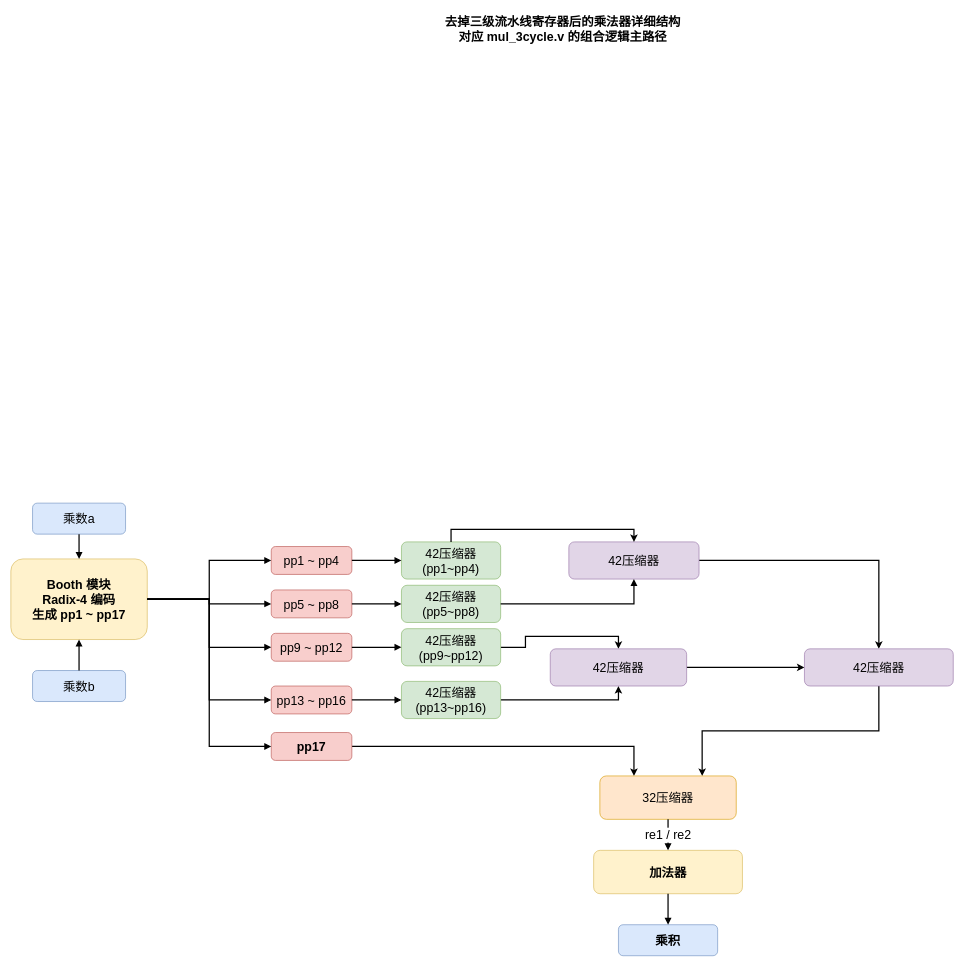
Above: 乘法器模块.drawio in jay101-STAR/graduation_project (draw.io), before the change. Source tidied: cells renumbered, new cells numbered last; positions are measured from the earlier drawing's top-left corner, leaving out a move shared by most shapes. Both pictures are drawn from the tidied source at 62%, with x=0, y=0 at pixel (11, 13).
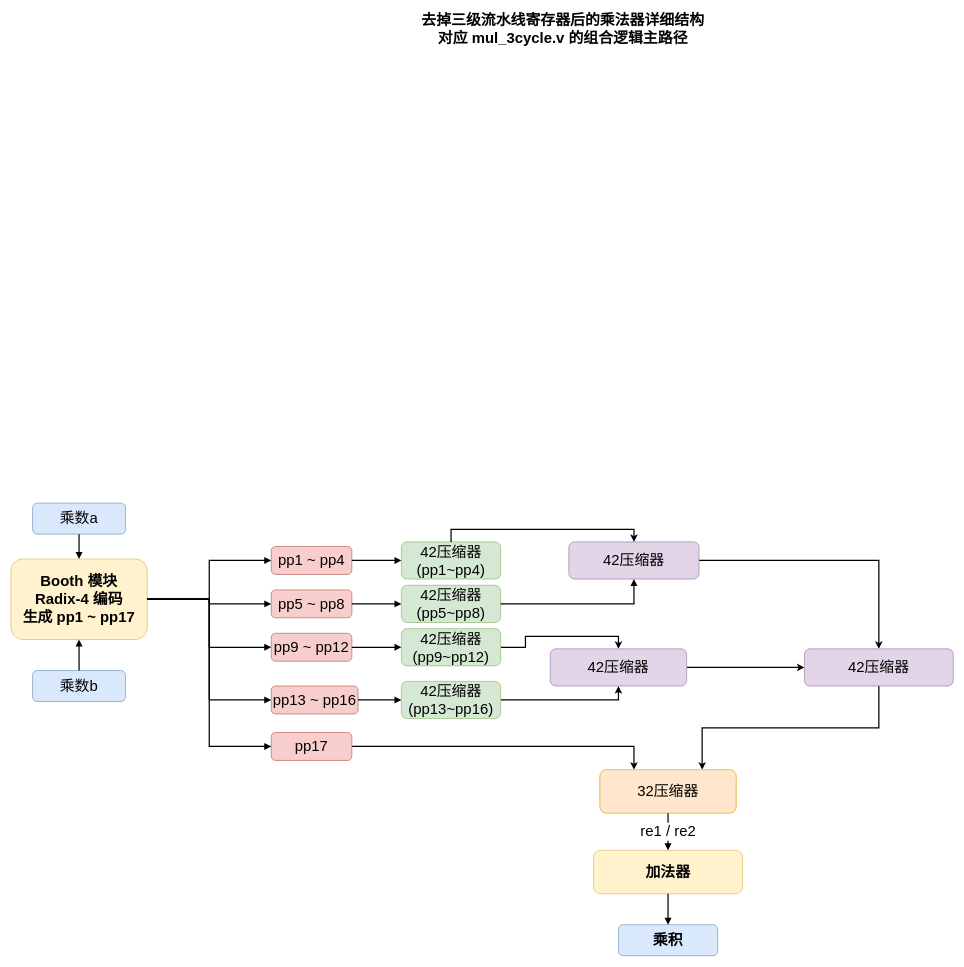
The same page after the edit.

Commit message:
更新乘法器模块.drawio

Diff of the diagram source:
```diff
@@
-    <mxCell id="2" value="去掉三级流水线寄存器后的乘法器详细结构&#10;对应 mul_3cycle.v 的组合逻辑主路径" style="text;html=1;strokeColor=none;fillColor=none;align=center;verticalAlign=middle;fontSize=20;fontStyle=1;" parent="1" vertex="1">
+    <mxCell id="2" value="去掉三级流水线寄存器后的乘法器详细结构&#10;对应 mul_3cycle.v 的组合逻辑主路径" style="text;html=1;strokeColor=none;fillColor=none;align=center;verticalAlign=middle;fontSize=24;fontStyle=1;" parent="1" vertex="1">
       <mxGeometry x="510" width="760" height="50" as="geometry" />
     </mxCell>
-    <mxCell id="3" value="乘数a" style="rounded=1;whiteSpace=wrap;html=1;fillColor=#dae8fc;strokeColor=#6c8ebf;fontSize=20;" parent="1" vertex="1">
+    <mxCell id="3" value="乘数a" style="rounded=1;whiteSpace=wrap;html=1;fillColor=#dae8fc;strokeColor=#6c8ebf;fontSize=24;" parent="1" vertex="1">
       <mxGeometry x="35" y="790" width="150" height="50" as="geometry" />
     </mxCell>
-    <mxCell id="4" value="乘数b" style="rounded=1;whiteSpace=wrap;html=1;fillColor=#dae8fc;strokeColor=#6c8ebf;fontSize=20;" parent="1" vertex="1">
+    <mxCell id="4" value="乘数b" style="rounded=1;whiteSpace=wrap;html=1;fillColor=#dae8fc;strokeColor=#6c8ebf;fontSize=24;" parent="1" vertex="1">
       <mxGeometry x="35" y="1060" width="150" height="50" as="geometry" />
     </mxCell>
-    <mxCell id="5" value="Booth 模块&#10;Radix-4 编码&#10;生成 pp1 ~ pp17" style="rounded=1;whiteSpace=wrap;html=1;fillColor=#fff2cc;strokeColor=#d6b656;fontSize=20;fontStyle=1;" parent="1" vertex="1">
+    <mxCell id="5" value="Booth 模块&#10;Radix-4 编码&#10;生成 pp1 ~ pp17" style="rounded=1;whiteSpace=wrap;html=1;fillColor=#fff2cc;strokeColor=#d6b656;fontSize=24;fontStyle=1;" parent="1" vertex="1">
       <mxGeometry y="880" width="220" height="130" as="geometry" />
     </mxCell>
-    <mxCell id="6" value="pp1 ~ pp4" style="rounded=1;whiteSpace=wrap;html=1;fillColor=#f8cecc;strokeColor=#b85450;fontSize=20;" parent="1" vertex="1">
+    <mxCell id="6" value="pp1 ~ pp4" style="rounded=1;whiteSpace=wrap;html=1;fillColor=#f8cecc;strokeColor=#b85450;fontSize=24;" parent="1" vertex="1">
       <mxGeometry x="420" y="860" width="130" height="45" as="geometry" />
     </mxCell>
-    <mxCell id="7" value="pp5 ~ pp8" style="rounded=1;whiteSpace=wrap;html=1;fillColor=#f8cecc;strokeColor=#b85450;fontSize=20;" parent="1" vertex="1">
+    <mxCell id="7" value="pp5 ~ pp8" style="rounded=1;whiteSpace=wrap;html=1;fillColor=#f8cecc;strokeColor=#b85450;fontSize=24;" parent="1" vertex="1">
       <mxGeometry x="420" y="930" width="130" height="45" as="geometry" />
     </mxCell>
-    <mxCell id="8" value="pp9 ~ pp12" style="rounded=1;whiteSpace=wrap;html=1;fillColor=#f8cecc;strokeColor=#b85450;fontSize=20;" parent="1" vertex="1">
+    <mxCell id="8" value="pp9 ~ pp12" style="rounded=1;whiteSpace=wrap;html=1;fillColor=#f8cecc;strokeColor=#b85450;fontSize=24;" parent="1" vertex="1">
       <mxGeometry x="420" y="1000" width="130" height="45" as="geometry" />
     </mxCell>
-    <mxCell id="9" value="pp13 ~ pp16" style="rounded=1;whiteSpace=wrap;html=1;fillColor=#f8cecc;strokeColor=#b85450;fontSize=20;" parent="1" vertex="1">
-      <mxGeometry x="420" y="1085" width="130" height="45" as="geometry" />
+    <mxCell id="9" value="pp13 ~ pp16" style="rounded=1;whiteSpace=wrap;html=1;fillColor=#f8cecc;strokeColor=#b85450;fontSize=24;" parent="1" vertex="1">
+      <mxGeometry x="420" y="1085" width="140" height="45" as="geometry" />
     </mxCell>
-    <mxCell id="10" style="edgeStyle=orthogonalEdgeStyle;rounded=0;jettySize=auto;html=1;exitX=1;exitY=0.5;exitDx=0;exitDy=0;entryX=0.25;entryY=0;entryDx=0;entryDy=0;strokeWidth=2;fontSize=20;" parent="1" edge="1" source="11" target="24">
+    <mxCell id="10" style="edgeStyle=orthogonalEdgeStyle;rounded=0;jettySize=auto;html=1;exitX=1;exitY=0.5;exitDx=0;exitDy=0;entryX=0.25;entryY=0;entryDx=0;entryDy=0;strokeWidth=2;fontSize=24;" parent="1" edge="1" source="11" target="24">
       <mxGeometry relative="1" as="geometry" />
     </mxCell>
-    <mxCell id="11" value="pp17" style="rounded=1;whiteSpace=wrap;html=1;fillColor=#f8cecc;strokeColor=#b85450;fontSize=20;fontStyle=1;" parent="1" vertex="1">
+    <mxCell id="11" value="&lt;span style=&quot;font-weight: normal;&quot;&gt;pp17&lt;/span&gt;" style="rounded=1;whiteSpace=wrap;html=1;fillColor=#f8cecc;strokeColor=#b85450;fontSize=24;fontStyle=1;" parent="1" vertex="1">
       <mxGeometry x="420" y="1160" width="130" height="45" as="geometry" />
     </mxCell>
-    <mxCell id="12" value="42压缩器&lt;br&gt;(pp1~pp4)" style="rounded=1;whiteSpace=wrap;html=1;fillColor=#d5e8d4;strokeColor=#82b366;fontSize=20;" parent="1" vertex="1">
+    <mxCell id="12" value="42压缩器&lt;br&gt;(pp1~pp4)" style="rounded=1;whiteSpace=wrap;html=1;fillColor=#d5e8d4;strokeColor=#82b366;fontSize=24;" parent="1" vertex="1">
       <mxGeometry x="630" y="852.5" width="160" height="60" as="geometry" />
     </mxCell>
-    <mxCell id="13" value="42压缩器&lt;br&gt;(pp5~pp8)" style="rounded=1;whiteSpace=wrap;html=1;fillColor=#d5e8d4;strokeColor=#82b366;fontSize=20;" parent="1" vertex="1">
+    <mxCell id="13" value="42压缩器&lt;br&gt;(pp5~pp8)" style="rounded=1;whiteSpace=wrap;html=1;fillColor=#d5e8d4;strokeColor=#82b366;fontSize=24;" parent="1" vertex="1">
       <mxGeometry x="630" y="922.5" width="160" height="60" as="geometry" />
     </mxCell>
-    <mxCell id="14" style="edgeStyle=orthogonalEdgeStyle;rounded=0;jettySize=auto;html=1;entryX=0.5;entryY=0;entryDx=0;entryDy=0;strokeWidth=2;fontSize=20;" parent="1" edge="1" source="15" target="21">
+    <mxCell id="14" style="edgeStyle=orthogonalEdgeStyle;rounded=0;jettySize=auto;html=1;entryX=0.5;entryY=0;entryDx=0;entryDy=0;strokeWidth=2;fontSize=24;" parent="1" edge="1" source="15" target="21">
       <mxGeometry relative="1" as="geometry" />
     </mxCell>
-    <mxCell id="15" value="42压缩器&lt;br&gt;(pp9~pp12)" style="rounded=1;whiteSpace=wrap;html=1;fillColor=#d5e8d4;strokeColor=#82b366;fontSize=20;" parent="1" vertex="1">
+    <mxCell id="15" value="42压缩器&lt;br&gt;(pp9~pp12)" style="rounded=1;whiteSpace=wrap;html=1;fillColor=#d5e8d4;strokeColor=#82b366;fontSize=24;" parent="1" vertex="1">
       <mxGeometry x="630" y="992.5" width="160" height="60" as="geometry" />
     </mxCell>
-    <mxCell id="16" style="edgeStyle=orthogonalEdgeStyle;rounded=0;jettySize=auto;html=1;exitX=1;exitY=0.5;exitDx=0;exitDy=0;entryX=0.5;entryY=1;entryDx=0;entryDy=0;strokeWidth=2;fontSize=20;" parent="1" edge="1" source="17" target="21">
+    <mxCell id="16" style="edgeStyle=orthogonalEdgeStyle;rounded=0;jettySize=auto;html=1;exitX=1;exitY=0.5;exitDx=0;exitDy=0;entryX=0.5;entryY=1;entryDx=0;entryDy=0;strokeWidth=2;fontSize=24;" parent="1" edge="1" source="17" target="21">
       <mxGeometry relative="1" as="geometry" />
     </mxCell>
-    <mxCell id="17" value="42压缩器&lt;br&gt;(pp13~pp16)" style="rounded=1;whiteSpace=wrap;html=1;fillColor=#d5e8d4;strokeColor=#82b366;fontSize=20;" parent="1" vertex="1">
+    <mxCell id="17" value="42压缩器&lt;br&gt;(pp13~pp16)" style="rounded=1;whiteSpace=wrap;html=1;fillColor=#d5e8d4;strokeColor=#82b366;fontSize=24;" parent="1" vertex="1">
       <mxGeometry x="630" y="1077.5" width="160" height="60" as="geometry" />
     </mxCell>
-    <mxCell id="18" style="edgeStyle=orthogonalEdgeStyle;rounded=0;jettySize=auto;html=1;exitX=1;exitY=0.5;exitDx=0;exitDy=0;entryX=0.5;entryY=0;entryDx=0;entryDy=0;strokeWidth=2;fontSize=20;" parent="1" edge="1" source="19" target="23">
+    <mxCell id="18" style="edgeStyle=orthogonalEdgeStyle;rounded=0;jettySize=auto;html=1;exitX=1;exitY=0.5;exitDx=0;exitDy=0;entryX=0.5;entryY=0;entryDx=0;entryDy=0;strokeWidth=2;fontSize=24;" parent="1" edge="1" source="19" target="23">
       <mxGeometry relative="1" as="geometry" />
     </mxCell>
-    <mxCell id="19" value="42压缩器" style="rounded=1;whiteSpace=wrap;html=1;fillColor=#e1d5e7;strokeColor=#9673a6;fontSize=20;" parent="1" vertex="1">
+    <mxCell id="19" value="42压缩器" style="rounded=1;whiteSpace=wrap;html=1;fillColor=#e1d5e7;strokeColor=#9673a6;fontSize=24;" parent="1" vertex="1">
       <mxGeometry x="900" y="852.5" width="210" height="60" as="geometry" />
     </mxCell>
-    <mxCell id="20" style="edgeStyle=orthogonalEdgeStyle;rounded=0;jettySize=auto;html=1;exitX=1;exitY=0.5;exitDx=0;exitDy=0;entryX=0;entryY=0.5;entryDx=0;entryDy=0;strokeWidth=2;fontSize=20;" parent="1" edge="1" source="21" target="23">
+    <mxCell id="20" style="edgeStyle=orthogonalEdgeStyle;rounded=0;jettySize=auto;html=1;exitX=1;exitY=0.5;exitDx=0;exitDy=0;entryX=0;entryY=0.5;entryDx=0;entryDy=0;strokeWidth=2;fontSize=24;" parent="1" edge="1" source="21" target="23">
       <mxGeometry relative="1" as="geometry" />
     </mxCell>
-    <mxCell id="21" value="42压缩器" style="rounded=1;whiteSpace=wrap;html=1;fillColor=#e1d5e7;strokeColor=#9673a6;fontSize=20;" parent="1" vertex="1">
+    <mxCell id="21" value="42压缩器" style="rounded=1;whiteSpace=wrap;html=1;fillColor=#e1d5e7;strokeColor=#9673a6;fontSize=24;" parent="1" vertex="1">
       <mxGeometry x="870" y="1025" width="220" height="60" as="geometry" />
     </mxCell>
-    <mxCell id="22" style="edgeStyle=orthogonalEdgeStyle;rounded=0;jettySize=auto;html=1;exitX=0.5;exitY=1;exitDx=0;exitDy=0;entryX=0.75;entryY=0;entryDx=0;entryDy=0;strokeWidth=2;fontSize=20;" parent="1" edge="1" source="23" target="24">
+    <mxCell id="22" style="edgeStyle=orthogonalEdgeStyle;rounded=0;jettySize=auto;html=1;exitX=0.5;exitY=1;exitDx=0;exitDy=0;entryX=0.75;entryY=0;entryDx=0;entryDy=0;strokeWidth=2;fontSize=24;" parent="1" edge="1" source="23" target="24">
       <mxGeometry relative="1" as="geometry" />
     </mxCell>
-    <mxCell id="23" value="42压缩器" style="rounded=1;whiteSpace=wrap;html=1;fillColor=#e1d5e7;strokeColor=#9673a6;fontSize=20;" parent="1" vertex="1">
+    <mxCell id="23" value="42压缩器" style="rounded=1;whiteSpace=wrap;html=1;fillColor=#e1d5e7;strokeColor=#9673a6;fontSize=24;" parent="1" vertex="1">
       <mxGeometry x="1280" y="1025" width="240" height="60" as="geometry" />
     </mxCell>
-    <mxCell id="24" value="32压缩器" style="rounded=1;whiteSpace=wrap;html=1;fillColor=#ffe6cc;strokeColor=#d79b00;fontSize=20;" parent="1" vertex="1">
-      <mxGeometry x="950" y="1230" width="220" height="70" as="geometry" />
+    <mxCell id="24" value="32压缩器" style="rounded=1;whiteSpace=wrap;html=1;fillColor=#ffe6cc;strokeColor=#d79b00;fontSize=24;" parent="1" vertex="1">
+      <mxGeometry x="950" y="1220" width="220" height="70" as="geometry" />
     </mxCell>
-    <mxCell id="25" value="加法器" style="rounded=1;whiteSpace=wrap;html=1;fillColor=#fff2cc;strokeColor=#d6b656;fontSize=20;fontStyle=1;" parent="1" vertex="1">
+    <mxCell id="25" value="加法器" style="rounded=1;whiteSpace=wrap;html=1;fillColor=#fff2cc;strokeColor=#d6b656;fontSize=24;fontStyle=1;" parent="1" vertex="1">
       <mxGeometry x="940" y="1350" width="240" height="70" as="geometry" />
     </mxCell>
-    <mxCell id="26" value="乘积" style="rounded=1;whiteSpace=wrap;html=1;fillColor=#dae8fc;strokeColor=#6c8ebf;fontSize=20;fontStyle=1;" parent="1" vertex="1">
+    <mxCell id="26" value="乘积" style="rounded=1;whiteSpace=wrap;html=1;fillColor=#dae8fc;strokeColor=#6c8ebf;fontSize=24;fontStyle=1;" parent="1" vertex="1">
       <mxGeometry x="980" y="1470" width="160" height="50" as="geometry" />
     </mxCell>
-    <mxCell id="27" style="edgeStyle=orthogonalEdgeStyle;rounded=0;jettySize=auto;html=1;endArrow=block;endFill=1;strokeWidth=2;fontSize=20;" parent="1" edge="1" source="3" target="5">
+    <mxCell id="27" style="edgeStyle=orthogonalEdgeStyle;rounded=0;jettySize=auto;html=1;endArrow=block;endFill=1;strokeWidth=2;fontSize=24;" parent="1" edge="1" source="3" target="5">
       <mxGeometry relative="1" as="geometry" />
     </mxCell>
-    <mxCell id="28" style="edgeStyle=orthogonalEdgeStyle;rounded=0;jettySize=auto;html=1;endArrow=block;endFill=1;strokeWidth=2;fontSize=20;" parent="1" edge="1" source="4" target="5">
+    <mxCell id="28" style="edgeStyle=orthogonalEdgeStyle;rounded=0;jettySize=auto;html=1;endArrow=block;endFill=1;strokeWidth=2;fontSize=24;" parent="1" edge="1" source="4" target="5">
       <mxGeometry relative="1" as="geometry" />
     </mxCell>
-    <mxCell id="29" style="edgeStyle=orthogonalEdgeStyle;rounded=0;jettySize=auto;html=1;endArrow=block;endFill=1;strokeWidth=2;fontSize=20;" parent="1" edge="1" source="5" target="6">
+    <mxCell id="29" style="edgeStyle=orthogonalEdgeStyle;rounded=0;jettySize=auto;html=1;endArrow=block;endFill=1;strokeWidth=2;fontSize=24;" parent="1" edge="1" source="5" target="6">
       <mxGeometry relative="1" as="geometry" />
     </mxCell>
-    <mxCell id="30" style="edgeStyle=orthogonalEdgeStyle;rounded=0;jettySize=auto;html=1;endArrow=block;endFill=1;strokeWidth=2;fontSize=20;" parent="1" edge="1" source="5" target="7">
+    <mxCell id="30" style="edgeStyle=orthogonalEdgeStyle;rounded=0;jettySize=auto;html=1;endArrow=block;endFill=1;strokeWidth=2;fontSize=24;" parent="1" edge="1" source="5" target="7">
       <mxGeometry relative="1" as="geometry" />
     </mxCell>
-    <mxCell id="31" style="edgeStyle=orthogonalEdgeStyle;rounded=0;jettySize=auto;html=1;endArrow=block;endFill=1;strokeWidth=2;fontSize=20;" parent="1" edge="1" source="5" target="8">
+    <mxCell id="31" style="edgeStyle=orthogonalEdgeStyle;rounded=0;jettySize=auto;html=1;endArrow=block;endFill=1;strokeWidth=2;fontSize=24;" parent="1" edge="1" source="5" target="8">
       <mxGeometry relative="1" as="geometry" />
     </mxCell>
-    <mxCell id="32" style="edgeStyle=orthogonalEdgeStyle;rounded=0;jettySize=auto;html=1;endArrow=block;endFill=1;strokeWidth=2;entryX=0;entryY=0.5;entryDx=0;entryDy=0;fontSize=20;" parent="1" edge="1" source="5" target="9">
+    <mxCell id="32" style="edgeStyle=orthogonalEdgeStyle;rounded=0;jettySize=auto;html=1;endArrow=block;endFill=1;strokeWidth=2;entryX=0;entryY=0.5;entryDx=0;entryDy=0;fontSize=24;" parent="1" edge="1" source="5" target="9">
       <mxGeometry relative="1" as="geometry" />
     </mxCell>
-    <mxCell id="33" style="edgeStyle=orthogonalEdgeStyle;rounded=0;jettySize=auto;html=1;endArrow=block;endFill=1;strokeWidth=2;entryX=0;entryY=0.5;entryDx=0;entryDy=0;fontSize=20;" parent="1" edge="1" source="5" target="11">
+    <mxCell id="33" style="edgeStyle=orthogonalEdgeStyle;rounded=0;jettySize=auto;html=1;endArrow=block;endFill=1;strokeWidth=2;entryX=0;entryY=0.5;entryDx=0;entryDy=0;fontSize=24;" parent="1" edge="1" source="5" target="11">
       <mxGeometry relative="1" as="geometry" />
     </mxCell>
-    <mxCell id="34" style="edgeStyle=orthogonalEdgeStyle;rounded=0;jettySize=auto;html=1;endArrow=block;endFill=1;strokeWidth=2;fontSize=20;" parent="1" edge="1" source="6" target="12">
+    <mxCell id="34" style="edgeStyle=orthogonalEdgeStyle;rounded=0;jettySize=auto;html=1;endArrow=block;endFill=1;strokeWidth=2;fontSize=24;" parent="1" edge="1" source="6" target="12">
       <mxGeometry relative="1" as="geometry" />
     </mxCell>
-    <mxCell id="35" style="edgeStyle=orthogonalEdgeStyle;rounded=0;jettySize=auto;html=1;endArrow=block;endFill=1;strokeWidth=2;fontSize=20;" parent="1" edge="1" source="7" target="13">
+    <mxCell id="35" style="edgeStyle=orthogonalEdgeStyle;rounded=0;jettySize=auto;html=1;endArrow=block;endFill=1;strokeWidth=2;fontSize=24;" parent="1" edge="1" source="7" target="13">
       <mxGeometry relative="1" as="geometry" />
     </mxCell>
-    <mxCell id="36" style="edgeStyle=orthogonalEdgeStyle;rounded=0;jettySize=auto;html=1;endArrow=block;endFill=1;strokeWidth=2;fontSize=20;" parent="1" edge="1" source="8" target="15">
+    <mxCell id="36" style="edgeStyle=orthogonalEdgeStyle;rounded=0;jettySize=auto;html=1;endArrow=block;endFill=1;strokeWidth=2;fontSize=24;" parent="1" edge="1" source="8" target="15">
       <mxGeometry relative="1" as="geometry" />
     </mxCell>
-    <mxCell id="37" style="edgeStyle=orthogonalEdgeStyle;rounded=0;jettySize=auto;html=1;endArrow=block;endFill=1;strokeWidth=2;fontSize=20;" parent="1" edge="1" source="9" target="17">
+    <mxCell id="37" style="edgeStyle=orthogonalEdgeStyle;rounded=0;jettySize=auto;html=1;endArrow=block;endFill=1;strokeWidth=2;fontSize=24;" parent="1" edge="1" source="9" target="17">
       <mxGeometry relative="1" as="geometry" />
     </mxCell>
-    <mxCell id="38" style="edgeStyle=orthogonalEdgeStyle;rounded=0;jettySize=auto;html=1;endArrow=block;endFill=1;strokeWidth=2;fontSize=20;" parent="1" edge="1" source="13" target="19">
+    <mxCell id="38" style="edgeStyle=orthogonalEdgeStyle;rounded=0;jettySize=auto;html=1;endArrow=block;endFill=1;strokeWidth=2;fontSize=24;" parent="1" edge="1" source="13" target="19">
       <mxGeometry relative="1" as="geometry" />
     </mxCell>
-    <mxCell id="39" value="re1 / re2" style="edgeStyle=orthogonalEdgeStyle;rounded=0;jettySize=auto;html=1;endArrow=block;endFill=1;strokeWidth=2;fontSize=20;" parent="1" edge="1" source="24" target="25">
+    <mxCell id="39" value="re1 / re2" style="edgeStyle=orthogonalEdgeStyle;rounded=0;jettySize=auto;html=1;endArrow=block;endFill=1;strokeWidth=2;fontSize=24;" parent="1" edge="1" source="24" target="25">
       <mxGeometry relative="1" as="geometry" />
     </mxCell>
-    <mxCell id="40" style="edgeStyle=orthogonalEdgeStyle;rounded=0;jettySize=auto;html=1;endArrow=block;endFill=1;strokeWidth=2;fontSize=20;" parent="1" edge="1" source="25" target="26">
+    <mxCell id="40" style="edgeStyle=orthogonalEdgeStyle;rounded=0;jettySize=auto;html=1;endArrow=block;endFill=1;strokeWidth=2;fontSize=24;" parent="1" edge="1" source="25" target="26">
       <mxGeometry relative="1" as="geometry" />
     </mxCell>
-    <mxCell id="41" style="edgeStyle=orthogonalEdgeStyle;rounded=0;jettySize=auto;html=1;exitX=0.5;exitY=0;exitDx=0;exitDy=0;entryX=0.5;entryY=0;entryDx=0;entryDy=0;strokeWidth=2;fontSize=20;" parent="1" edge="1" source="12" target="19">
+    <mxCell id="41" style="edgeStyle=orthogonalEdgeStyle;rounded=0;jettySize=auto;html=1;exitX=0.5;exitY=0;exitDx=0;exitDy=0;entryX=0.5;entryY=0;entryDx=0;entryDy=0;strokeWidth=2;fontSize=24;" parent="1" edge="1" source="12" target="19">
       <mxGeometry relative="1" as="geometry" />
     </mxCell>
```
